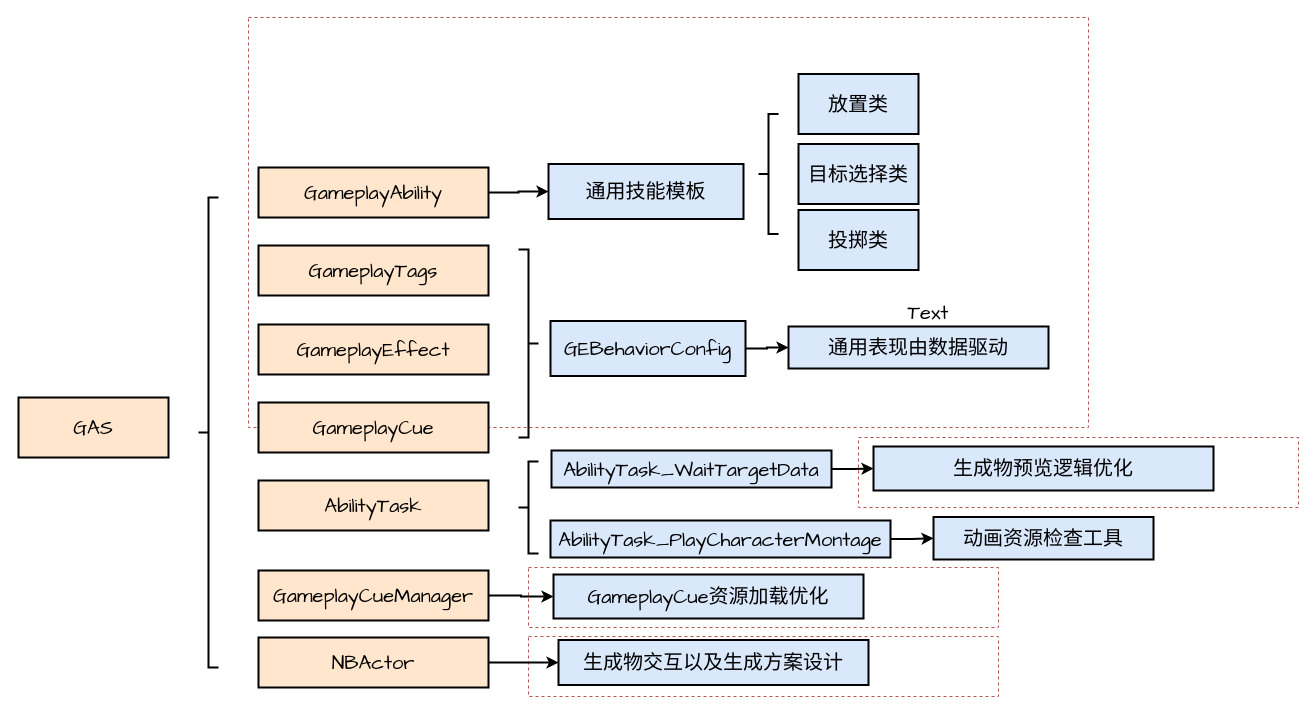
Above: 客户端服务器流程图.drawio in timesdaughter/RayTracing (draw.io), before the change. Source tidied: cells renumbered, new cells numbered last; positions are measured from the earlier drawing's top-left corner, leaving out a move shared by most shapes. Both pictures are drawn from the tidied source at 100%, with x=0, y=0 at pixel (18, 17).
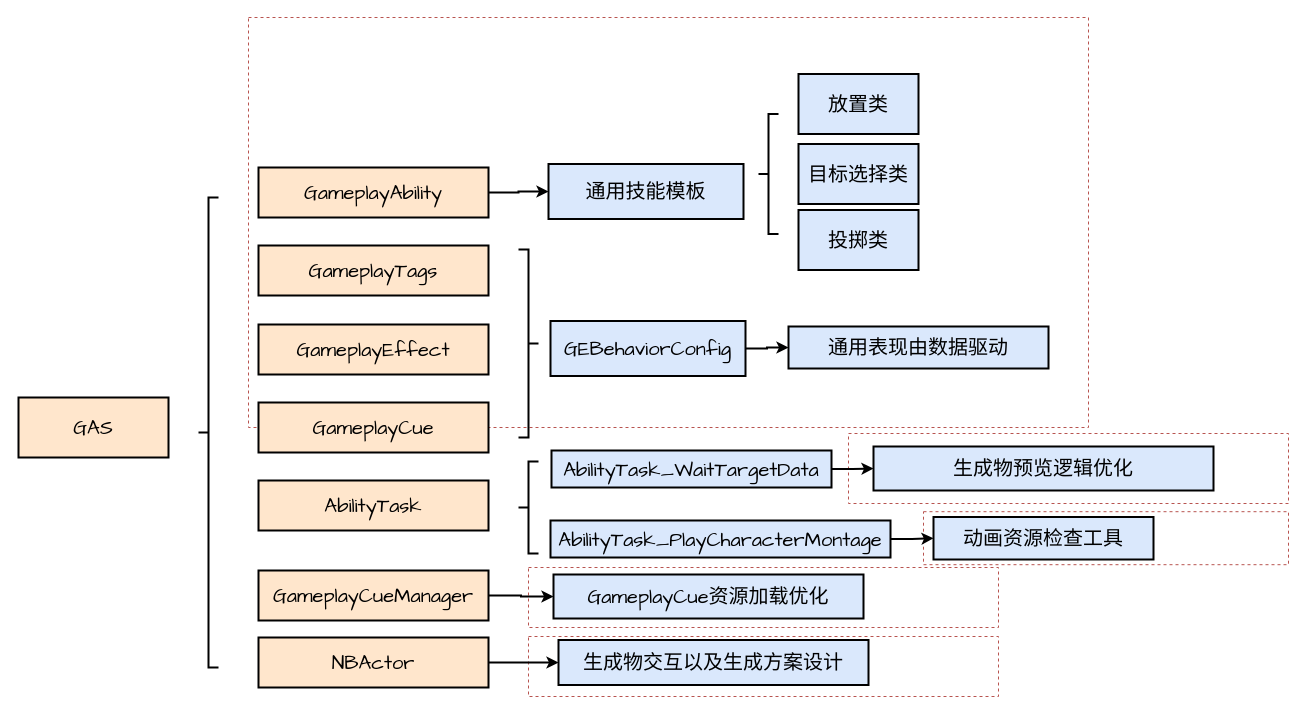
After the change.

Commit message (it also covers changes not shown here):
更新客户端服务器流程图.drawio

Change to the diagram source:
```diff
@@
+    <mxCell id="37" style="verticalLabelPosition=bottom;verticalAlign=top;html=1;shape=mxgraph.basic.rect;fillColor2=none;strokeWidth=1;size=21;indent=5;sketch=0;hachureGap=4;jiggle=2;curveFitting=1;strokeColor=#b85450;fontFamily=Architects Daughter;fontSize=20;dashed=1;fillColor=#FFFFFF;" parent="1" vertex="1">
+      <mxGeometry x="905" y="494.2" width="365" height="53" as="geometry" />
+    </mxCell>
@@
     <mxCell id="4" style="verticalLabelPosition=bottom;verticalAlign=top;html=1;shape=mxgraph.basic.rect;fillColor2=none;strokeWidth=1;size=21;indent=5;sketch=0;hachureGap=4;jiggle=2;curveFitting=1;strokeColor=#b85450;fontFamily=Architects Daughter;fontSize=20;dashed=1;fillColor=#FFFFFF;" parent="1" vertex="1">
-      <mxGeometry x="840" y="420" width="440" height="70" as="geometry" />
+      <mxGeometry x="830" y="416" width="440" height="70" as="geometry" />
     </mxCell>
@@
-    <mxCell id="36" value="Text" style="text;strokeColor=none;align=center;fillColor=none;html=1;verticalAlign=middle;whiteSpace=wrap;rounded=0;fontSize=20;fontFamily=Architects Daughter;" parent="1" vertex="1">
-      <mxGeometry x="880" y="280" width="60" height="30" as="geometry" />
-    </mxCell>
```
